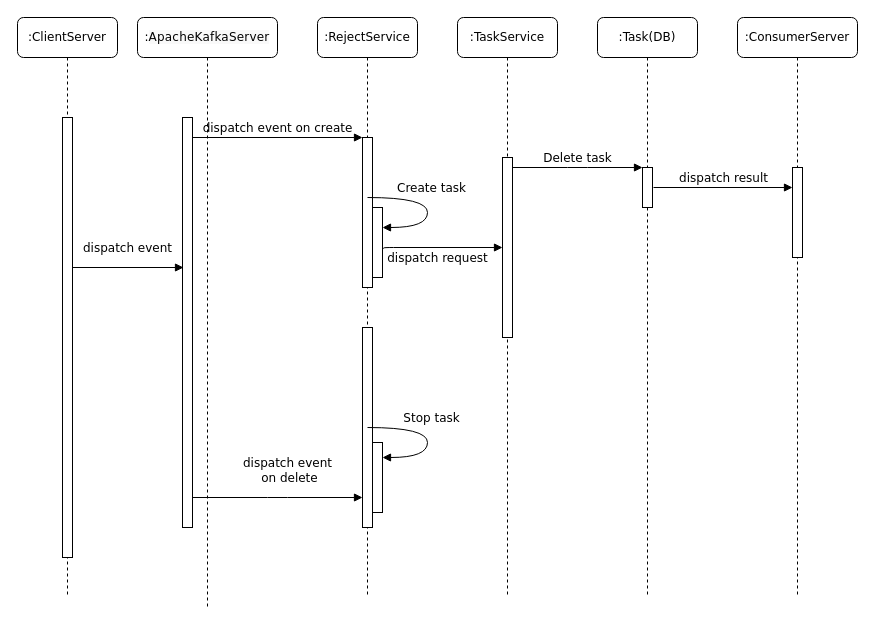
This is Untitled Diagram6.drawio from Lera19/PlanningSystem, a draw.io file, before an edit. Source tidied: cells renumbered, new cells numbered last; positions are measured from the earlier drawing's top-left corner, leaving out a move shared by most shapes. Both pictures are drawn from the tidied source at 100%, with x=0, y=0 at pixel (17, 17).
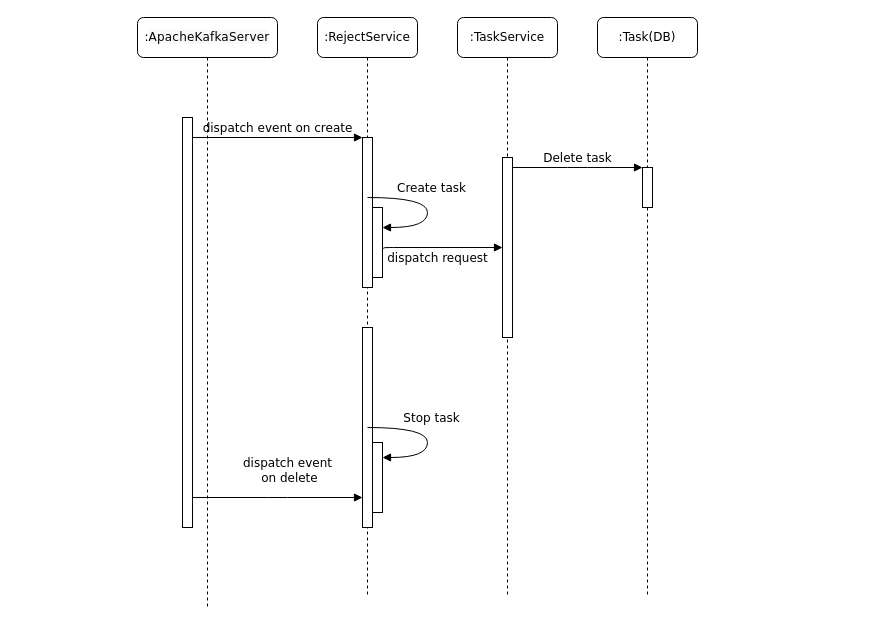
After the change.

Unchanged cells that the change refers to:
```xml
<mxCell id="3" style="html=1;points=[];perimeter=orthogonalPerimeter;rounded=0;shadow=0;comic=0;labelBackgroundColor=none;strokeWidth=1;fontFamily=Verdana;fontSize=12;align=center;" parent="2" vertex="1">
  <mxGeometry x="45" y="100" width="10" height="410" as="geometry" />
</mxCell>
<mxCell id="13" style="html=1;points=[];perimeter=orthogonalPerimeter;rounded=0;shadow=0;comic=0;labelBackgroundColor=none;strokeWidth=1;fontFamily=Verdana;fontSize=12;align=center;" parent="1" vertex="1">
  <mxGeometry x="625" y="150" width="10" height="40" as="geometry" />
</mxCell>
```

The edit, as a diff of the source:
```diff
@@
-    <mxCell id="8" value=":ConsumerServer" style="shape=umlLifeline;perimeter=lifelinePerimeter;whiteSpace=wrap;html=1;rounded=1;shadow=0;comic=0;labelBackgroundColor=none;strokeWidth=1;fontFamily=Verdana;fontSize=12;align=center;" parent="1" vertex="1">
-      <mxGeometry x="720" width="120" height="580" as="geometry" />
-    </mxCell>
-    <mxCell id="9" value="&lt;p&gt;:ClientServer&lt;/p&gt;" style="shape=umlLifeline;perimeter=lifelinePerimeter;whiteSpace=wrap;html=1;rounded=1;shadow=0;comic=0;labelBackgroundColor=none;strokeWidth=1;fontFamily=Verdana;fontSize=12;align=center;" parent="1" vertex="1">
-      <mxGeometry width="100" height="580" as="geometry" />
-    </mxCell>
-    <mxCell id="10" style="html=1;points=[];perimeter=orthogonalPerimeter;rounded=0;shadow=0;comic=0;labelBackgroundColor=none;strokeWidth=1;fontFamily=Verdana;fontSize=12;align=center;" parent="9" vertex="1">
-      <mxGeometry x="45" y="100" width="10" height="440" as="geometry" />
-    </mxCell>
@@
-    <mxCell id="15" style="html=1;perimeter=orthogonalPerimeter;rounded=0;shadow=0;comic=0;labelBackgroundColor=none;strokeColor=#000000;strokeWidth=1;fillColor=#FFFFFF;fontFamily=Verdana;fontSize=12;fontColor=#000000;align=center;" parent="1" vertex="1">
-      <mxGeometry x="775" y="150" width="10" height="90" as="geometry" />
-    </mxCell>
-    <mxCell id="16" value="dispatch event" style="html=1;verticalAlign=bottom;endArrow=block;entryX=0.1;entryY=0.366;labelBackgroundColor=none;fontFamily=Verdana;fontSize=12;edgeStyle=elbowEdgeStyle;elbow=vertical;entryDx=0;entryDy=0;entryPerimeter=0;" parent="1" edge="1" source="10" target="3">
-      <mxGeometry x="-0.01" y="10" relative="1" as="geometry">
-        <Array as="points">
-          <mxPoint x="130" y="250" />
-        </Array>
-      </mxGeometry>
-    </mxCell>
@@
-    <mxCell id="24" value="dispatch result" style="html=1;verticalAlign=bottom;endArrow=block;entryX=0;entryY=0;labelBackgroundColor=none;fontFamily=Verdana;fontSize=12;edgeStyle=elbowEdgeStyle;elbow=vertical;exitX=1.1;exitY=0.5;exitDx=0;exitDy=0;exitPerimeter=0;" parent="1" edge="1" source="13">
-      <mxGeometry relative="1" as="geometry">
-        <mxPoint x="775" y="169.5" as="targetPoint" />
-      </mxGeometry>
-    </mxCell>
```
